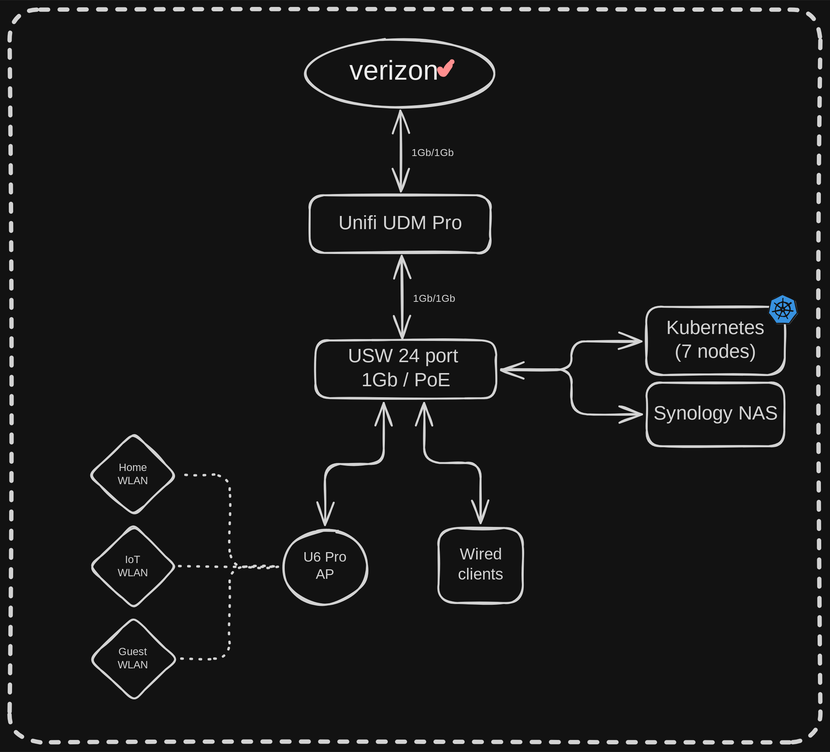
zebernst/homelab keeps this Excalidraw diagram as docs/assets/network-diagram.excalidraw.svg. Above is the earlier version. Source tidied: one line per element, renumbered; positions are measured from the earlier drawing's top-left corner, leaving out a move shared by most shapes.
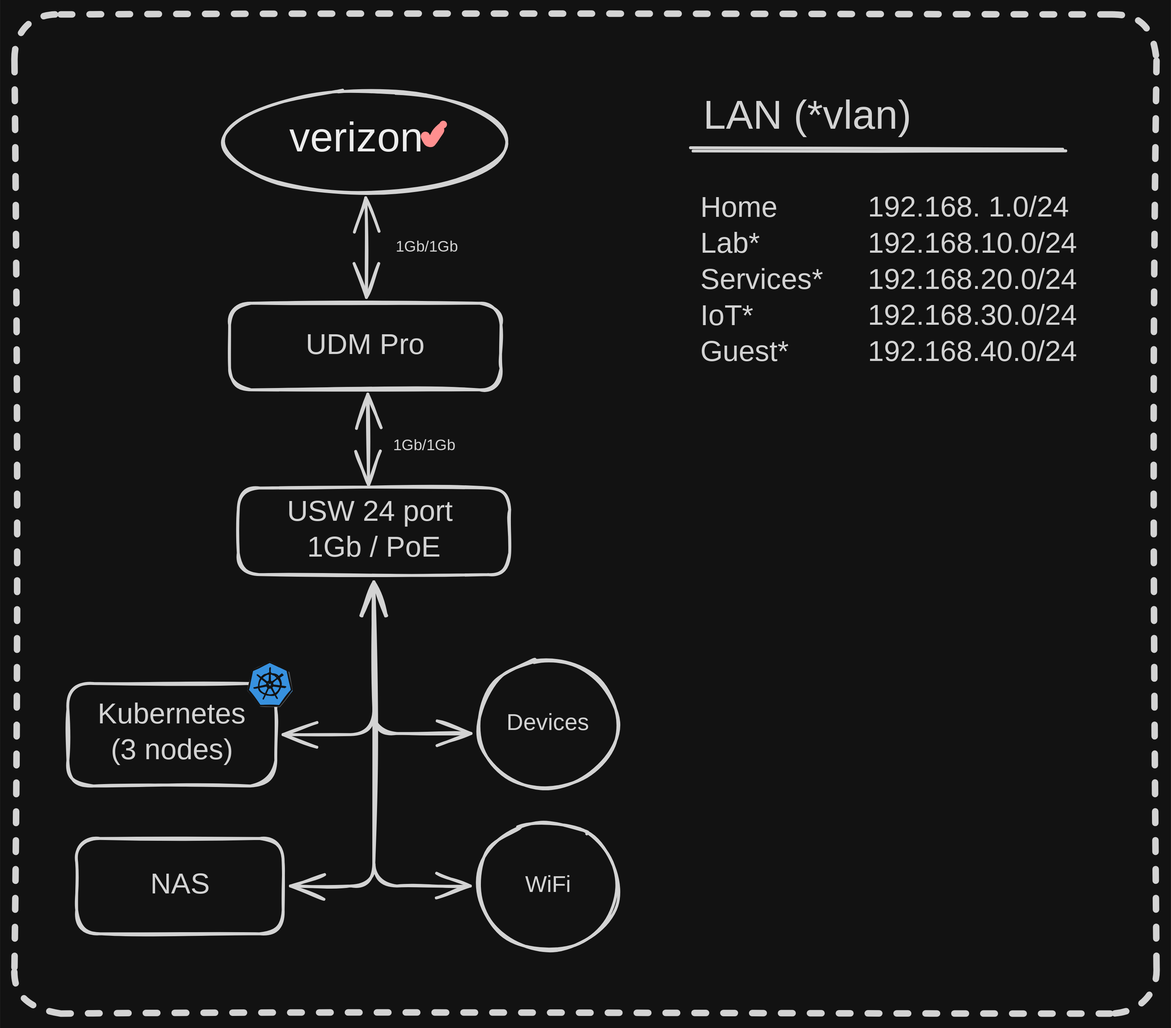
After the change.

Diff of the diagram source:
```diff
@@ -1,44 +1,39 @@
-{"id": 0, "type": "ellipse", "strokeColor": "#1e1e1e", "strokeWidth": 2, "roughness": 1, "round": true, "x": 308, "y": 31, "width": 196, "height": 71}
+{"id": 0, "type": "ellipse", "strokeColor": "#1e1e1e", "strokeWidth": 2, "roughness": 1, "round": true, "x": 170, "y": 53, "width": 196, "height": 71}
-{"id": 1, "type": "text", "text": "verizon ", "strokeColor": "#000000", "backgroundColor": "#e64980", "fillStyle": "solid", "strokeWidth": 2, "roughness": 1, "fontSize": 28.55, "fontFamily": 1, "x": 353, "y": 47, "width": 109, "height": 37}
+{"id": 1, "type": "text", "text": "verizon ", "strokeColor": "#000000", "backgroundColor": "#e64980", "fillStyle": "solid", "strokeWidth": 2, "roughness": 1, "fontSize": 28.55, "fontFamily": 1, "x": 215, "y": 69, "width": 109, "height": 37}
-{"id": 2, "type": "freedraw", "strokeColor": "#c92a2a", "backgroundColor": "#e64980", "fillStyle": "solid", "strokeWidth": 2, "roughness": 1, "round": true, "x": 448, "y": 62, "width": 12, "height": 14, "points": [[0, 0], [0, 0], [0, 1], [0, 1], [1, 1], [1, 2], [1, 2], [1, 2], [1, 3], [1, 3], [2, 3], [2, 4], [2, 4], [2, 4], [2, 5], [3, 5], [3, 5], [3, 5], [3, 6], [3, 6], [3, 6], [4, 6], [4, 6], [4, 5], [4, 5], [5, 3], [6, 2], [7, 0], [7, -1], [8, -2], [8, -3], [9, -4], [10, -5], [11, -6], [11, -7], [12, -7], [12, -8], [12, -8], [12, -8], [12, -8], [12, -8], [12, -8]]}
+{"id": 2, "type": "freedraw", "strokeColor": "#c92a2a", "backgroundColor": "#e64980", "fillStyle": "solid", "strokeWidth": 2, "roughness": 1, "round": true, "x": 310, "y": 84, "width": 12, "height": 14, "points": [[0, 0], [0, 0], [0, 1], [0, 1], [1, 1], [1, 2], [1, 2], [1, 2], [1, 3], [1, 3], [2, 3], [2, 4], [2, 4], [2, 4], [2, 5], [3, 5], [3, 5], [3, 5], [3, 6], [3, 6], [3, 6], [4, 6], [4, 6], [4, 5], [4, 5], [5, 3], [6, 2], [7, 0], [7, -1], [8, -2], [8, -3], [9, -4], [10, -5], [11, -6], [11, -7], [12, -7], [12, -8], [12, -8], [12, -8], [12, -8], [12, -8], [12, -8]]}
-{"id": 3, "type": "rectangle", "strokeColor": "#1e1e1e", "strokeWidth": 2, "roughness": 1, "round": true, "x": 312, "y": 193, "width": 188, "height": 60}
+{"id": 3, "type": "rectangle", "strokeColor": "#1e1e1e", "strokeWidth": 2, "roughness": 1, "round": true, "x": 174, "y": 200, "width": 188, "height": 60}
-{"id": 4, "type": "text", "text": "Unifi UDM Pro", "strokeColor": "#1e1e1e", "strokeWidth": 2, "roughness": 1, "fontSize": 20, "fontFamily": 5, "textAlign": "center", "verticalAlign": "middle", "inside": 3, "x": 335, "y": 210, "width": 141, "height": 25}
+{"id": 4, "type": "text", "text": "UDM Pro", "strokeColor": "#1e1e1e", "strokeWidth": 2, "roughness": 1, "fontSize": 20, "fontFamily": 5, "textAlign": "center", "verticalAlign": "middle", "inside": 3, "x": 224, "y": 218, "width": 88, "height": 25}
-{"id": 5, "type": "arrow", "strokeColor": "#1e1e1e", "strokeWidth": 2, "roughness": 1, "startArrowhead": "arrow", "endArrowhead": "arrow", "from": 3, "to": 0, "x": 407, "y": 189, "width": 1, "height": 84, "points": [[0, 0], [-1, -84]]}
+{"id": 5, "type": "arrow", "strokeColor": "#1e1e1e", "strokeWidth": 2, "roughness": 1, "startArrowhead": "arrow", "endArrowhead": "arrow", "from": 3, "to": 0, "x": 269, "y": 196, "width": 0, "height": 69, "points": [[0, 0], [0, -69]]}
-{"id": 6, "type": "rectangle", "strokeColor": "#1e1e1e", "strokeWidth": 2, "roughness": 1, "round": true, "x": 318, "y": 344, "width": 188, "height": 60}
+{"id": 6, "type": "rectangle", "strokeColor": "#1e1e1e", "strokeWidth": 2, "roughness": 1, "round": true, "x": 180, "y": 328, "width": 188, "height": 60}
-{"id": 7, "type": "text", "text": "USW 24 port \n1Gb / PoE", "strokeColor": "#1e1e1e", "strokeWidth": 2, "roughness": 1, "fontSize": 20, "fontFamily": 5, "textAlign": "center", "verticalAlign": "middle", "inside": 6, "x": 344, "y": 349, "width": 135, "height": 50}
+{"id": 7, "type": "text", "text": "USW 24 port \n1Gb / PoE", "strokeColor": "#1e1e1e", "strokeWidth": 2, "roughness": 1, "fontSize": 20, "fontFamily": 5, "textAlign": "center", "verticalAlign": "middle", "inside": 6, "x": 206, "y": 333, "width": 135, "height": 50}
-{"id": 8, "type": "arrow", "strokeColor": "#1e1e1e", "strokeWidth": 2, "roughness": 1, "startArrowhead": "arrow", "endArrowhead": "arrow", "from": 6, "to": 3, "x": 408, "y": 342, "width": 1, "height": 86, "points": [[0, 0], [-1, -86]]}
+{"id": 8, "type": "arrow", "strokeColor": "#1e1e1e", "strokeWidth": 2, "roughness": 1, "startArrowhead": "arrow", "endArrowhead": "arrow", "from": 6, "to": 3, "x": 270, "y": 326, "width": 1, "height": 63, "points": [[0, 0], [-1, -63]]}
-{"id": 9, "type": "ellipse", "strokeColor": "#1e1e1e", "strokeWidth": 2, "roughness": 1, "round": true, "x": 284, "y": 541, "width": 88, "height": 77}
-{"id": 10, "type": "text", "text": "U6 Pro\nAP", "strokeColor": "#1e1e1e", "strokeWidth": 2, "roughness": 1, "fontSize": 14.37, "fontFamily": 5, "textAlign": "center", "verticalAlign": "middle", "inside": 9, "x": 302, "y": 561, "width": 51, "height": 36}
-{"id": 11, "type": "rectangle", "strokeColor": "#1e1e1e", "strokeWidth": 2, "roughness": 1, "round": true, "x": 446, "y": 539, "width": 88, "height": 78}
-{"id": 12, "type": "text", "text": "Wired\nclients", "strokeColor": "#1e1e1e", "strokeWidth": 2, "roughness": 1, "fontSize": 16.69, "fontFamily": 5, "textAlign": "center", "verticalAlign": "middle", "inside": 11, "x": 463, "y": 557, "width": 54, "height": 42}
-{"id": 13, "type": "arrow", "strokeColor": "#1e1e1e", "strokeWidth": 2, "roughness": 1, "startArrowhead": "arrow", "endArrowhead": "arrow", "from": 6, "to": 9, "x": 389, "y": 409, "width": 61, "height": 127, "points": [[0, 0], [0, 64], [-61, 64], [-61, 127]]}
-{"id": 14, "type": "arrow", "strokeColor": "#1e1e1e", "strokeWidth": 2, "roughness": 1, "startArrowhead": "arrow", "endArrowhead": "arrow", "from": 6, "to": 11, "x": 431, "y": 409, "width": 59, "height": 125, "points": [[0, 0], [0, 62], [59, 62], [59, 125]]}
-{"id": 15, "type": "diamond", "strokeColor": "#1e1e1e", "strokeWidth": 2, "roughness": 1, "round": true, "x": 83, "y": 440, "width": 91, "height": 87}
-{"id": 16, "type": "text", "text": "Home\nWLAN", "strokeColor": "#1e1e1e", "strokeWidth": 2, "roughness": 1, "fontSize": 11.11, "fontFamily": 5, "textAlign": "center", "verticalAlign": "middle", "inside": 15, "x": 113, "y": 470, "width": 30, "height": 28}
-{"id": 17, "type": "diamond", "strokeColor": "#1e1e1e", "strokeWidth": 2, "roughness": 1, "round": true, "x": 83, "y": 536, "width": 91, "height": 87}
-{"id": 18, "type": "text", "text": "IoT\nWLAN", "strokeColor": "#1e1e1e", "strokeWidth": 2, "roughness": 1, "fontSize": 11.11, "fontFamily": 5, "textAlign": "center", "verticalAlign": "middle", "inside": 17, "x": 113, "y": 566, "width": 30, "height": 28}
-{"id": 19, "type": "diamond", "strokeColor": "#1e1e1e", "strokeWidth": 2, "roughness": 1, "round": true, "x": 83, "y": 632, "width": 91, "height": 87}
-{"id": 20, "type": "text", "text": "Guest\nWLAN", "strokeColor": "#1e1e1e", "strokeWidth": 2, "roughness": 1, "fontSize": 11.11, "fontFamily": 5, "textAlign": "center", "verticalAlign": "middle", "inside": 19, "x": 111, "y": 661, "width": 34, "height": 28}
-{"id": 21, "type": "arrow", "strokeColor": "#1e1e1e", "strokeWidth": 2, "strokeStyle": "dotted", "roughness": 1, "from": 9, "to": 15, "x": 279, "y": 579, "width": 100, "height": 96, "points": [[0, 0], [-50, 0], [-50, -96], [-100, -96]]}
-{"id": 22, "type": "arrow", "strokeColor": "#1e1e1e", "strokeWidth": 2, "strokeStyle": "dotted", "roughness": 1, "from": 17, "to": 9, "x": 176, "y": 579, "width": 102, "height": 1, "points": [[0, 0], [102, 1]]}
-{"id": 23, "type": "arrow", "strokeColor": "#1e1e1e", "strokeWidth": 2, "strokeStyle": "dotted", "roughness": 1, "from": 19, "to": 9, "x": 179, "y": 675, "width": 100, "height": 96, "points": [[0, 0], [50, 0], [50, -96], [100, -96]]}
+{"id": 26, "type": "rectangle", "strokeColor": "#1e1e1e", "strokeWidth": 2, "roughness": 1, "round": true, "x": 68, "y": 571, "width": 143, "height": 66}
+{"id": 27, "type": "text", "text": "NAS", "strokeColor": "#1e1e1e", "strokeWidth": 2, "roughness": 1, "fontSize": 20, "fontFamily": 5, "textAlign": "center", "verticalAlign": "middle", "inside": 26, "x": 121, "y": 591, "width": 37, "height": 25}
-{"id": 24, "type": "rectangle", "strokeColor": "#1e1e1e", "strokeWidth": 2, "roughness": 1, "round": true, "x": 662, "y": 309, "width": 144, "height": 71}
+{"id": 24, "type": "rectangle", "strokeColor": "#1e1e1e", "strokeWidth": 2, "roughness": 1, "round": true, "x": 62, "y": 463, "width": 144, "height": 71}
-{"id": 25, "type": "text", "text": "Kubernetes\n(7 nodes)", "strokeColor": "#1e1e1e", "strokeWidth": 2, "roughness": 1, "fontSize": 20, "fontFamily": 5, "textAlign": "center", "verticalAlign": "middle", "inside": 24, "x": 680, "y": 320, "width": 107, "height": 50}
+{"id": 25, "type": "text", "text": "Kubernetes\n(3 nodes)", "strokeColor": "#1e1e1e", "strokeWidth": 2, "roughness": 1, "fontSize": 20, "fontFamily": 5, "textAlign": "center", "verticalAlign": "middle", "inside": 24, "x": 81, "y": 473, "width": 107, "height": 50}
-{"id": 26, "type": "rectangle", "strokeColor": "#1e1e1e", "strokeWidth": 2, "roughness": 1, "round": true, "x": 662, "y": 388, "width": 143, "height": 66}
-{"id": 27, "type": "text", "text": "Synology NAS", "strokeColor": "#1e1e1e", "strokeWidth": 2, "roughness": 1, "fontSize": 20, "fontFamily": 5, "textAlign": "center", "verticalAlign": "middle", "inside": 26, "x": 669, "y": 408, "width": 130, "height": 25}
-{"id": 28, "type": "arrow", "strokeColor": "#1e1e1e", "strokeWidth": 2, "roughness": 1, "startArrowhead": "arrow", "endArrowhead": "arrow", "from": 6, "to": 24, "x": 511, "y": 375, "width": 146, "height": 30, "points": [[0, 0], [73, 0], [73, -30], [146, -30]]}
-{"id": 29, "type": "arrow", "strokeColor": "#1e1e1e", "strokeWidth": 2, "roughness": 1, "startArrowhead": "arrow", "from": 26, "to": 6, "x": 658, "y": 421, "width": 146, "height": 47, "points": [[0, 0], [-73, 0], [-73, -47], [-146, -47]]}
-{"id": 30, "type": "line", "strokeColor": "#aaa", "strokeWidth": 1, "roughness": 1, "x": 803, "y": 297, "width": 30, "height": 31, "points": [[0, 0], [-12, 6], [-15, 19], [-6, 30], [7, 30], [16, 19], [14, 7], [0, 0]]}
+{"id": 30, "type": "line", "strokeColor": "#aaa", "strokeWidth": 1, "roughness": 1, "x": 201, "y": 449, "width": 30, "height": 31, "points": [[0, 0], [-12, 6], [-15, 19], [-6, 30], [7, 30], [16, 19], [14, 7], [0, 0]]}
-{"id": 31, "type": "line", "strokeColor": "#fff", "backgroundColor": "#228be6", "fillStyle": "solid", "strokeWidth": 1, "roughness": 1, "x": 804, "y": 296, "width": 30, "height": 30, "points": [[0, 0], [-12, 6], [-15, 19], [-7, 30], [7, 30], [15, 19], [12, 6], [0, 0]]}
+{"id": 31, "type": "line", "strokeColor": "#fff", "backgroundColor": "#228be6", "fillStyle": "solid", "strokeWidth": 1, "roughness": 1, "x": 202, "y": 449, "width": 30, "height": 30, "points": [[0, 0], [-12, 6], [-15, 19], [-7, 30], [7, 30], [15, 19], [12, 6], [0, 0]]}
-{"id": 32, "type": "line", "strokeColor": "#fff", "strokeWidth": 1, "roughness": 1, "round": true, "x": 804, "y": 311, "width": 0, "height": 10, "points": [[0, 0], [0, -10]]}
+{"id": 32, "type": "line", "strokeColor": "#fff", "strokeWidth": 1, "roughness": 1, "round": true, "x": 202, "y": 463, "width": 0, "height": 10, "points": [[0, 0], [0, -10]]}
-{"id": 33, "type": "line", "strokeColor": "#fff", "strokeWidth": 1, "roughness": 1, "round": true, "x": 799, "y": 321, "width": 4, "height": 8, "points": [[0, 0], [4, -8]]}
+{"id": 33, "type": "line", "strokeColor": "#fff", "strokeWidth": 1, "roughness": 1, "round": true, "x": 197, "y": 474, "width": 4, "height": 8, "points": [[0, 0], [4, -8]]}
-{"id": 34, "type": "line", "strokeColor": "#fff", "strokeWidth": 1, "roughness": 1, "round": true, "x": 809, "y": 321, "width": 4, "height": 8, "points": [[0, 0], [-4, -8]]}
+{"id": 34, "type": "line", "strokeColor": "#fff", "strokeWidth": 1, "roughness": 1, "round": true, "x": 207, "y": 474, "width": 4, "height": 8, "points": [[0, 0], [-4, -8]]}
-{"id": 35, "type": "line", "strokeColor": "#fff", "strokeWidth": 1, "roughness": 1, "round": true, "x": 814, "y": 314, "width": 9, "height": 2, "points": [[0, 0], [-9, -2]]}
+{"id": 35, "type": "line", "strokeColor": "#fff", "strokeWidth": 1, "roughness": 1, "round": true, "x": 212, "y": 466, "width": 9, "height": 2, "points": [[0, 0], [-9, -2]]}
-{"id": 36, "type": "line", "strokeColor": "#fff", "strokeWidth": 1, "roughness": 1, "round": true, "x": 793, "y": 314, "width": 9, "height": 2, "points": [[0, 0], [9, -2]]}
+{"id": 36, "type": "line", "strokeColor": "#fff", "strokeWidth": 1, "roughness": 1, "round": true, "x": 191, "y": 466, "width": 9, "height": 2, "points": [[0, 0], [9, -2]]}
-{"id": 37, "type": "line", "strokeColor": "#fff", "strokeWidth": 1, "roughness": 1, "round": true, "x": 795, "y": 305, "width": 7, "height": 6, "points": [[0, 0], [7, 6]]}
+{"id": 37, "type": "line", "strokeColor": "#fff", "strokeWidth": 1, "roughness": 1, "round": true, "x": 193, "y": 457, "width": 7, "height": 6, "points": [[0, 0], [7, 6]]}
-{"id": 38, "type": "line", "strokeColor": "#fff", "strokeWidth": 1, "roughness": 1, "round": true, "x": 812, "y": 305, "width": 8, "height": 6, "points": [[0, 0], [-8, 6]]}
+{"id": 38, "type": "line", "strokeColor": "#fff", "strokeWidth": 1, "roughness": 1, "round": true, "x": 210, "y": 457, "width": 8, "height": 6, "points": [[0, 0], [-8, 6]]}
-{"id": 39, "type": "ellipse", "strokeColor": "#fff", "strokeWidth": 1, "roughness": 1, "round": true, "x": 796, "y": 304, "width": 15, "height": 15}
+{"id": 39, "type": "ellipse", "strokeColor": "#fff", "strokeWidth": 1, "roughness": 1, "round": true, "x": 194, "y": 457, "width": 15, "height": 15}
-{"id": 40, "type": "ellipse", "strokeColor": "#fff", "strokeWidth": 1, "roughness": 1, "round": true, "x": 802, "y": 310, "width": 4, "height": 5}
+{"id": 40, "type": "ellipse", "strokeColor": "#fff", "strokeWidth": 1, "roughness": 1, "round": true, "x": 200, "y": 462, "width": 4, "height": 5}
-{"id": 41, "type": "text", "text": "1Gb/1Gb", "strokeColor": "#1e1e1e", "strokeWidth": 1, "roughness": 1, "fontSize": 10.54, "fontFamily": 5, "x": 418, "y": 143, "width": 43, "height": 13}
+{"id": 41, "type": "text", "text": "1Gb/1Gb", "strokeColor": "#1e1e1e", "strokeWidth": 1, "roughness": 1, "fontSize": 10.54, "fontFamily": 5, "x": 289, "y": 155, "width": 43, "height": 13}
-{"id": 42, "type": "text", "text": "1Gb/1Gb", "strokeColor": "#1e1e1e", "strokeWidth": 1, "roughness": 1, "fontSize": 10.54, "fontFamily": 5, "x": 419, "y": 294, "width": 43, "height": 13}
+{"id": 42, "type": "text", "text": "1Gb/1Gb", "strokeColor": "#1e1e1e", "strokeWidth": 1, "roughness": 1, "fontSize": 10.54, "fontFamily": 5, "x": 287, "y": 292, "width": 43, "height": 13}
-{"id": 43, "type": "rectangle", "strokeColor": "#1e1e1e", "strokeWidth": 4, "strokeStyle": "dashed", "roughness": 2, "round": true, "x": 0, "y": 0, "width": 843, "height": 762}
+{"id": 43, "type": "rectangle", "strokeColor": "#1e1e1e", "strokeWidth": 4, "strokeStyle": "dashed", "roughness": 2, "round": true, "x": 25, "y": 0, "width": 791, "height": 692}
+{"id": 44, "type": "arrow", "strokeColor": "#1e1e1e", "strokeWidth": 2, "roughness": 1, "startArrowhead": "arrow", "endArrowhead": "arrow", "from": 24, "to": 6, "x": 211, "y": 499, "width": 63, "height": 106, "points": [[0, 0], [63, 0], [63, -106]]}
+{"id": 45, "type": "arrow", "strokeColor": "#1e1e1e", "strokeWidth": 2, "roughness": 1, "startArrowhead": "arrow", "endArrowhead": "arrow", "from": 6, "to": 26, "x": 274, "y": 393, "width": 58, "height": 211, "points": [[0, 0], [0, 211], [-58, 211]]}
+{"id": 46, "type": "ellipse", "strokeColor": "#1e1e1e", "strokeWidth": 2, "roughness": 1, "round": true, "x": 346, "y": 447, "width": 97, "height": 89}
+{"id": 47, "type": "text", "text": "Devices", "strokeColor": "#1e1e1e", "strokeWidth": 2, "roughness": 1, "fontSize": 16, "fontFamily": 5, "textAlign": "center", "verticalAlign": "middle", "inside": 46, "x": 365, "y": 482, "width": 59, "height": 20}
+{"id": 48, "type": "ellipse", "strokeColor": "#1e1e1e", "strokeWidth": 2, "roughness": 1, "round": true, "x": 346, "y": 559, "width": 97, "height": 89}
+{"id": 49, "type": "text", "text": "WiFi", "strokeColor": "#1e1e1e", "strokeWidth": 2, "roughness": 1, "fontSize": 16, "fontFamily": 5, "textAlign": "center", "verticalAlign": "middle", "inside": 48, "x": 379, "y": 594, "width": 31, "height": 20}
+{"id": 50, "type": "arrow", "strokeColor": "#1e1e1e", "strokeWidth": 2, "roughness": 1, "startArrowhead": "arrow", "endArrowhead": "arrow", "from": 46, "to": 6, "x": 341, "y": 498, "width": 67, "height": 105, "points": [[0, 0], [-67, 0], [-67, -105]]}
+{"id": 51, "type": "arrow", "strokeColor": "#1e1e1e", "strokeWidth": 2, "roughness": 1, "startArrowhead": "arrow", "endArrowhead": "arrow", "from": 48, "to": 6, "x": 341, "y": 604, "width": 67, "height": 211, "points": [[0, 0], [-67, 0], [-67, -211]]}
+{"id": 52, "type": "text", "text": "LAN (*vlan)", "strokeColor": "#1e1e1e", "strokeWidth": 2, "roughness": 1, "fontSize": 28, "fontFamily": 5, "x": 502, "y": 54, "width": 153, "height": 35}
+{"id": 53, "type": "line", "strokeColor": "#1e1e1e", "strokeWidth": 2, "roughness": 1, "round": true, "x": 494, "y": 93, "width": 258, "height": 1, "points": [[0, 0], [258, 1]]}
+{"id": 54, "type": "text", "text": "Home\nLab*\nServices*\nIoT*\nGuest*", "strokeColor": "#1e1e1e", "strokeWidth": 2, "roughness": 1, "fontSize": 20, "fontFamily": 5, "x": 500, "y": 122, "width": 89, "height": 125}
+{"id": 55, "type": "text", "text": "192.168. 1.0/24\n192.168.10.0/24\n192.168.20.0/24\n192.168.30.0/24\n192.168.40.0/24", "strokeColor": "#1e1e1e", "strokeWidth": 2, "roughness": 1, "fontSize": 20, "fontFamily": 8, "x": 616, "y": 122, "width": 165, "height": 125}
```
